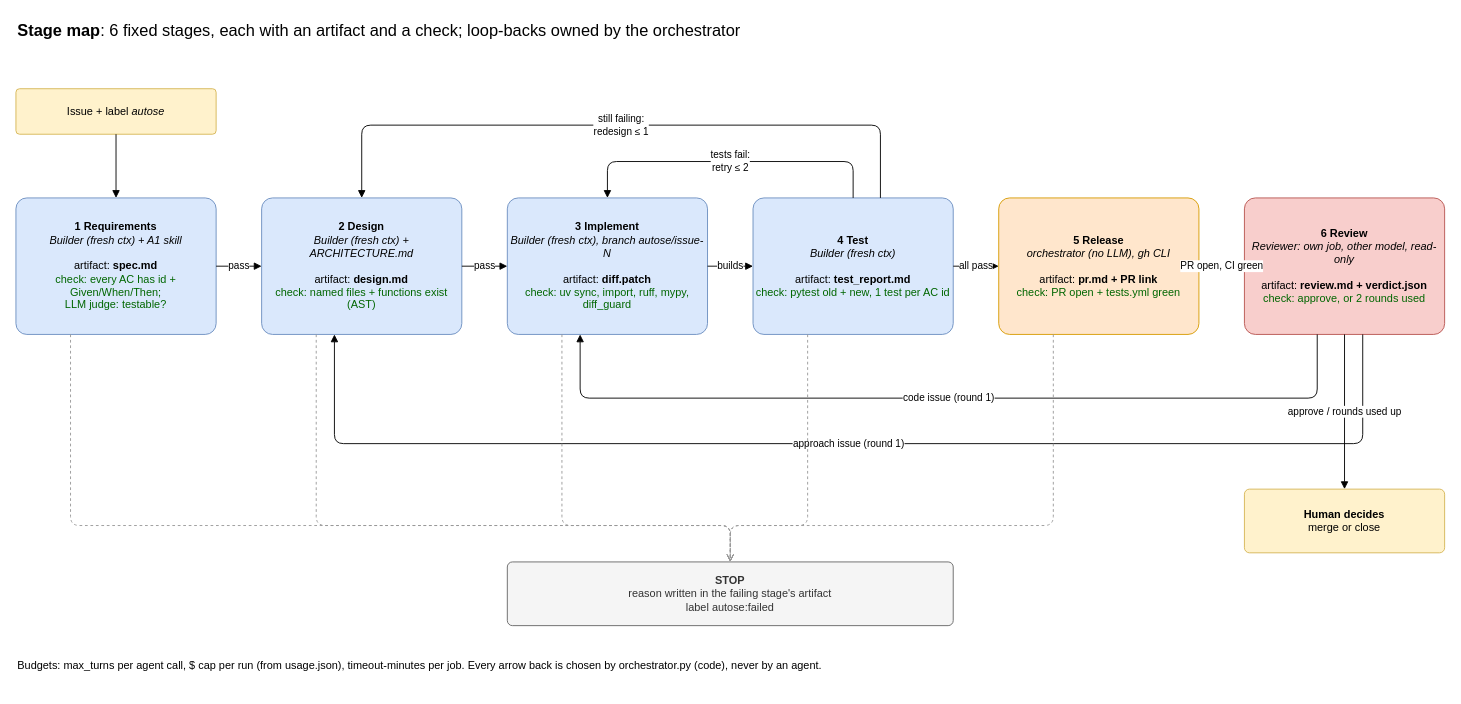
Before: page "Stage map" (1 of 2) of architecture/views/stage-map.drawio in QasimANaik/autose-a3, a draw.io diagram. Source tidied: cells renumbered, new cells numbered last; positions are measured from the earlier drawing's top-left corner, leaving out a move shared by most shapes. Both pictures are drawn from the tidied source at 91%, with x=0, y=0 at pixel (15, 15).
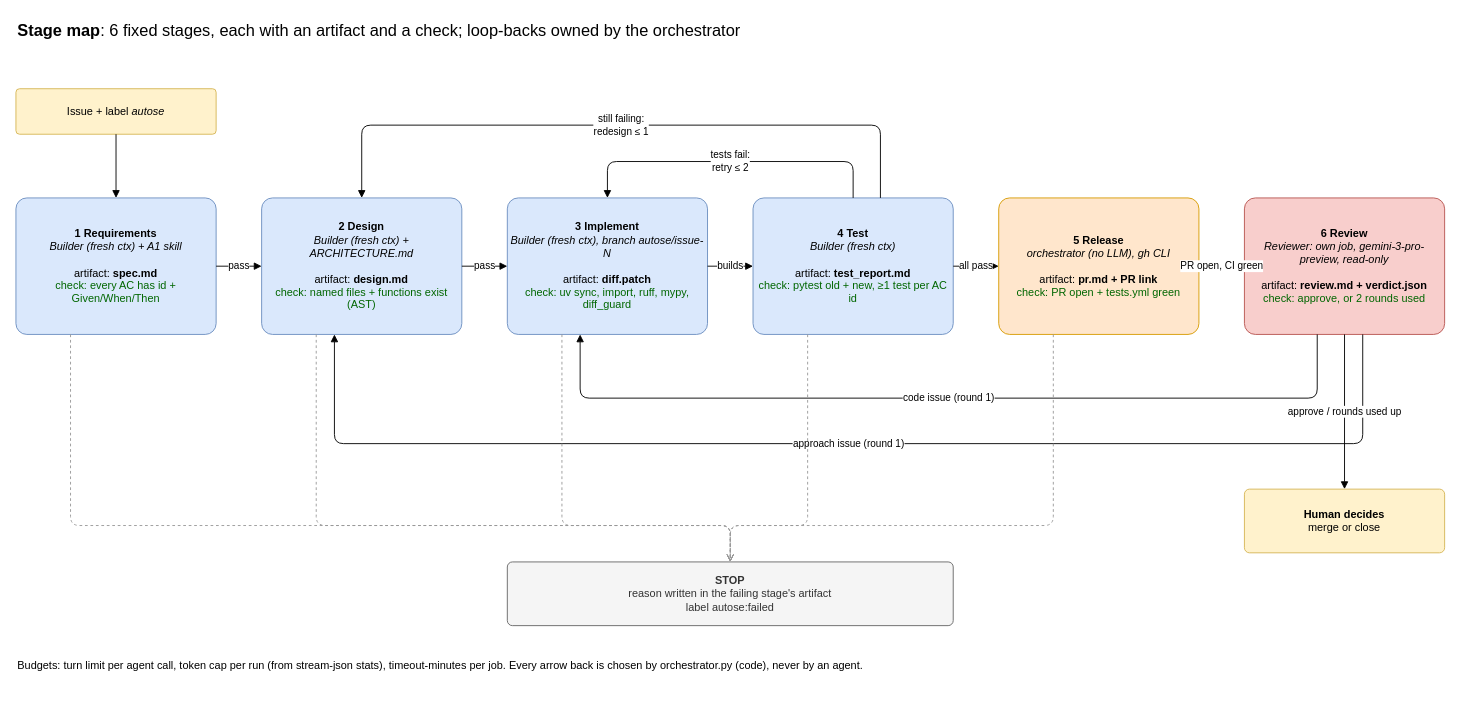
The same page after the edit.

Diff of the diagram source:
```diff
@@
-    <mxCell id="2" value="&lt;b&gt;Stage map&lt;/b&gt;: 6 fixed stages, each with an artifact and a check; loop-backs owned by the orchestrator" style="text;html=1;fontSize=18;align=left;" parent="1" vertex="1">
+    <mxCell id="2" value="&lt;b&gt;Stage map&lt;/b&gt;: 6 fixed stages, each with an artifact and a check; loop-backs owned by the orchestrator" style="text;html=1;align=left;whiteSpace=wrap;fontSize=18;" parent="1" vertex="1">
       <mxGeometry width="1200" height="30" as="geometry" />
     </mxCell>
-    <mxCell id="3" value="&lt;b&gt;1 Requirements&lt;/b&gt;&lt;br&gt;&lt;i&gt;Builder (fresh ctx) + A1 skill&lt;/i&gt;&lt;br&gt;&lt;br&gt;artifact: &lt;b&gt;spec.md&lt;/b&gt;&lt;br&gt;&lt;font color='#006600'&gt;check: every AC has id + Given/When/Then;&lt;br&gt;LLM judge: testable?&lt;/font&gt;" style="rounded=1;whiteSpace=wrap;html=1;arcSize=8;fillColor=#dae8fc;strokeColor=#6c8ebf;" parent="1" vertex="1">
+    <mxCell id="3" value="&lt;b&gt;1 Requirements&lt;/b&gt;&lt;br&gt;&lt;i&gt;Builder (fresh ctx) + A1 skill&lt;/i&gt;&lt;br&gt;&lt;br&gt;artifact: &lt;b&gt;spec.md&lt;/b&gt;&lt;br&gt;&lt;font color='#006600'&gt;check: every AC has id + Given/When/Then&lt;/font&gt;" style="rounded=1;whiteSpace=wrap;html=1;arcSize=8;fillColor=#dae8fc;strokeColor=#6c8ebf;" parent="1" vertex="1">
       <mxGeometry y="200" width="220" height="150" as="geometry" />
     </mxCell>
@@
-    <mxCell id="6" value="&lt;b&gt;4 Test&lt;/b&gt;&lt;br&gt;&lt;i&gt;Builder (fresh ctx)&lt;/i&gt;&lt;br&gt;&lt;br&gt;artifact: &lt;b&gt;test_report.md&lt;/b&gt;&lt;br&gt;&lt;font color='#006600'&gt;check: pytest old + new, 1 test per AC id&lt;/font&gt;" style="rounded=1;whiteSpace=wrap;html=1;arcSize=8;fillColor=#dae8fc;strokeColor=#6c8ebf;" parent="1" vertex="1">
+    <mxCell id="6" value="&lt;b&gt;4 Test&lt;/b&gt;&lt;br&gt;&lt;i&gt;Builder (fresh ctx)&lt;/i&gt;&lt;br&gt;&lt;br&gt;artifact: &lt;b&gt;test_report.md&lt;/b&gt;&lt;br&gt;&lt;font color='#006600'&gt;check: pytest old + new, ≥1 test per AC id&lt;/font&gt;" style="rounded=1;whiteSpace=wrap;html=1;arcSize=8;fillColor=#dae8fc;strokeColor=#6c8ebf;" parent="1" vertex="1">
       <mxGeometry x="810" y="200" width="220" height="150" as="geometry" />
     </mxCell>
@@
-    <mxCell id="8" value="&lt;b&gt;6 Review&lt;/b&gt;&lt;br&gt;&lt;i&gt;Reviewer: own job, other model, read-only&lt;/i&gt;&lt;br&gt;&lt;br&gt;artifact: &lt;b&gt;review.md + verdict.json&lt;/b&gt;&lt;br&gt;&lt;font color='#006600'&gt;check: approve, or 2 rounds used&lt;/font&gt;" style="rounded=1;whiteSpace=wrap;html=1;arcSize=8;fillColor=#f8cecc;strokeColor=#b85450;" parent="1" vertex="1">
+    <mxCell id="8" value="&lt;b&gt;6 Review&lt;/b&gt;&lt;br&gt;&lt;i&gt;Reviewer: own job, gemini-3-pro-preview, read-only&lt;/i&gt;&lt;br&gt;&lt;br&gt;artifact: &lt;b&gt;review.md + verdict.json&lt;/b&gt;&lt;br&gt;&lt;font color='#006600'&gt;check: approve, or 2 rounds used&lt;/font&gt;" style="rounded=1;whiteSpace=wrap;html=1;arcSize=8;fillColor=#f8cecc;strokeColor=#b85450;" parent="1" vertex="1">
       <mxGeometry x="1350" y="200" width="220" height="150" as="geometry" />
     </mxCell>
@@
-    <mxCell id="28" value="Budgets: max_turns per agent call, $ cap per run (from usage.json), timeout-minutes per job. Every arrow back is chosen by orchestrator.py (code), never by an agent." style="text;html=1;fontSize=12;align=left;whiteSpace=wrap;" parent="1" vertex="1">
+    <mxCell id="28" value="Budgets: turn limit per agent call, token cap per run (from stream-json stats), timeout-minutes per job. Every arrow back is chosen by orchestrator.py (code), never by an agent." style="text;html=1;align=left;whiteSpace=wrap;fontSize=12;" parent="1" vertex="1">
       <mxGeometry y="700" width="1500" height="40" as="geometry" />
     </mxCell>
```
